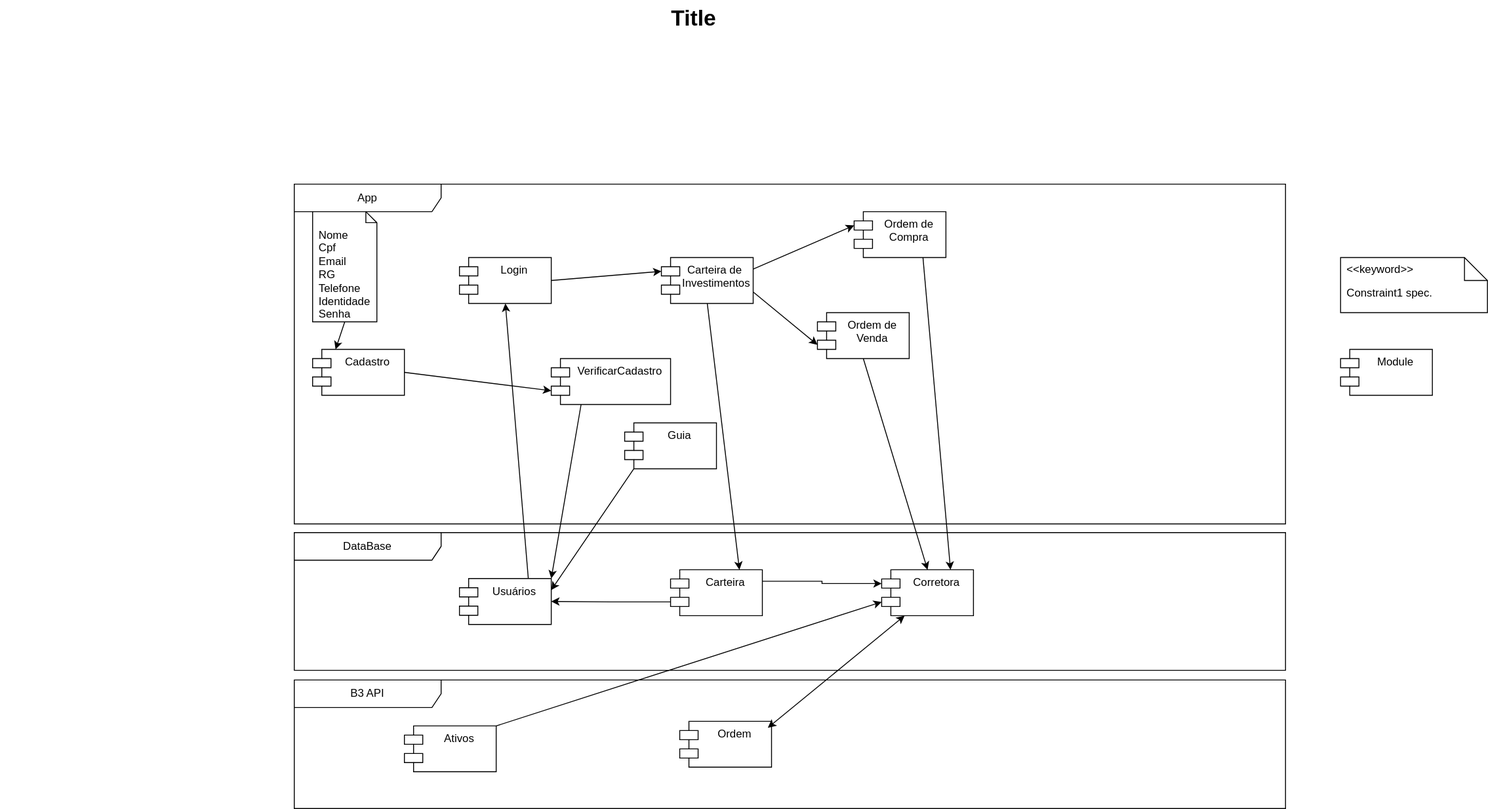
JesCat16/Projeto01_Modelagem_De_Software keeps this draw.io diagram as DiagramaComponetes.svg. Above is the earlier version. Source tidied: cells renumbered, new cells last; positions are measured from the earlier drawing's top-left corner, leaving out a move shared by most shapes.
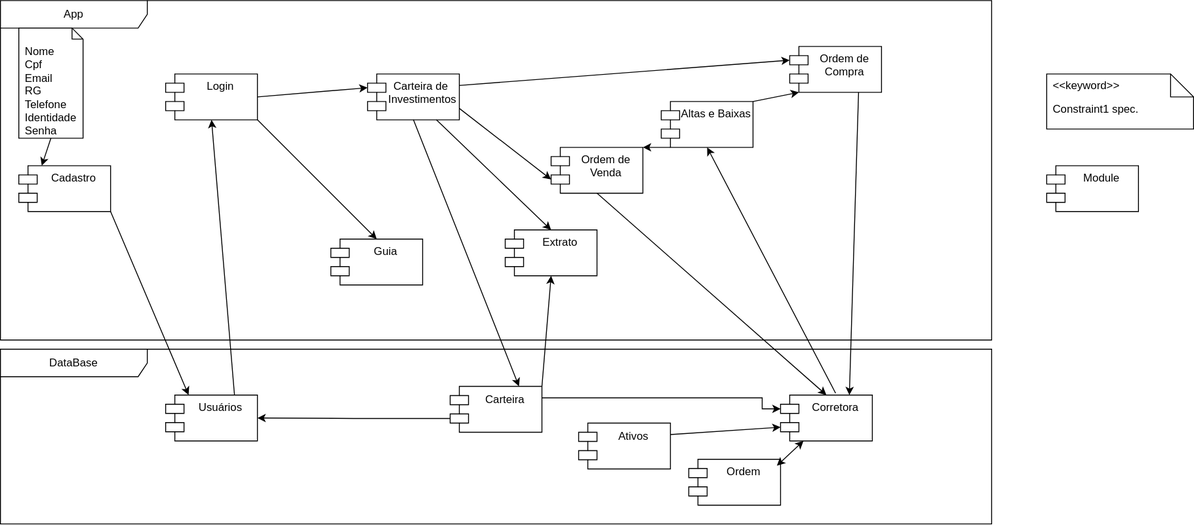
After the change.

Diff of the diagram source:
```diff
@@ -2,11 +2,8 @@
   <root>
     <mxCell id="0" style="html=1;" />
     <mxCell id="1" style="html=1;" parent="0" />
-    <mxCell id="2" value="Title" style="text;strokeColor=none;fillColor=none;html=1;fontSize=24;fontStyle=1;verticalAlign=middle;align=center;" parent="1" vertex="1">
-      <mxGeometry width="1510" height="40" as="geometry" />
-    </mxCell>
     <mxCell id="3" value="DataBase" style="shape=umlFrame;whiteSpace=wrap;html=1;width=160;" parent="1" vertex="1">
-      <mxGeometry x="320" y="579.5" width="1080" height="150" as="geometry" />
+      <mxGeometry x="320" y="580" width="1080" height="190.5" as="geometry" />
     </mxCell>
     <mxCell id="4" value="Usuários" style="shape=module;align=left;spacingLeft=20;align=center;verticalAlign=top;whiteSpace=wrap;html=1;" parent="3" vertex="1">
       <mxGeometry x="180" y="50" width="100" height="50" as="geometry" />
@@ -15,17 +12,36 @@
       <mxGeometry relative="1" as="geometry" />
     </mxCell>
     <mxCell id="6" value="Carteira" style="shape=module;align=left;spacingLeft=20;align=center;verticalAlign=top;whiteSpace=wrap;html=1;" parent="3" vertex="1">
-      <mxGeometry x="410" y="40.5" width="100" height="50" as="geometry" />
+      <mxGeometry x="490" y="40.5" width="100" height="50" as="geometry" />
     </mxCell>
     <mxCell id="7" value="Corretora" style="shape=module;align=left;spacingLeft=20;align=center;verticalAlign=top;whiteSpace=wrap;html=1;" parent="3" vertex="1">
-      <mxGeometry x="640" y="40.5" width="100" height="50" as="geometry" />
+      <mxGeometry x="850" y="50" width="100" height="50" as="geometry" />
     </mxCell>
     <mxCell id="8" style="edgeStyle=orthogonalEdgeStyle;rounded=0;jettySize=auto;html=1;exitX=1;exitY=0.25;exitDx=0;exitDy=0;entryX=0;entryY=0;entryDx=0;entryDy=15;entryPerimeter=0;" parent="3" edge="1" source="6" target="7">
-      <mxGeometry relative="1" as="geometry" />
+      <mxGeometry relative="1" as="geometry">
+        <Array as="points">
+          <mxPoint x="830" y="53" />
+        </Array>
+      </mxGeometry>
     </mxCell>
+    <mxCell id="24" value="Ativos" style="shape=module;align=left;spacingLeft=20;align=center;verticalAlign=top;whiteSpace=wrap;html=1;" parent="3" vertex="1">
+      <mxGeometry x="630" y="80.5" width="100" height="50" as="geometry" />
+    </mxCell>
+    <mxCell id="32" style="rounded=0;jettySize=auto;html=1;exitX=1;exitY=0.25;exitDx=0;exitDy=0;entryX=0;entryY=0;entryDx=0;entryDy=35;entryPerimeter=0;" parent="3" edge="1" source="24" target="7">
+      <mxGeometry relative="1" as="geometry" />
+    </mxCell>
+    <mxCell id="25" value="Ordem" style="shape=module;align=left;spacingLeft=20;align=center;verticalAlign=top;whiteSpace=wrap;html=1;" parent="3" vertex="1">
+      <mxGeometry x="750" y="120" width="100" height="50" as="geometry" />
+    </mxCell>
+    <mxCell id="33" style="rounded=0;jettySize=auto;html=1;exitX=0.25;exitY=1;exitDx=0;exitDy=0;entryX=0.96;entryY=0.14;entryDx=0;entryDy=0;entryPerimeter=0;startArrow=classic;startFill=1;" parent="3" edge="1" source="7" target="25">
+      <mxGeometry relative="1" as="geometry" />
+    </mxCell>
     <mxCell id="9" value="App" style="shape=umlFrame;whiteSpace=wrap;html=1;width=160;" parent="1" vertex="1">
       <mxGeometry x="320" y="200" width="1080" height="370" as="geometry" />
     </mxCell>
+    <mxCell id="37" style="rounded=0;jettySize=auto;html=1;exitX=1;exitY=1;exitDx=0;exitDy=0;entryX=0.5;entryY=0;entryDx=0;entryDy=0;" parent="9" edge="1" source="10" target="14">
+      <mxGeometry relative="1" as="geometry" />
+    </mxCell>
     <mxCell id="10" value="Login" style="shape=module;align=left;spacingLeft=20;align=center;verticalAlign=top;whiteSpace=wrap;html=1;" parent="9" vertex="1">
       <mxGeometry x="180" y="80" width="100" height="50" as="geometry" />
     </mxCell>
@@ -41,12 +57,9 @@
     <mxCell id="14" value="Guia" style="shape=module;align=left;spacingLeft=20;align=center;verticalAlign=top;whiteSpace=wrap;html=1;" parent="9" vertex="1">
       <mxGeometry x="360" y="260" width="100" height="50" as="geometry" />
     </mxCell>
-    <mxCell id="15" value="VerificarCadastro" style="shape=module;align=left;spacingLeft=20;align=center;verticalAlign=top;whiteSpace=wrap;html=1;" parent="9" vertex="1">
-      <mxGeometry x="280" y="190" width="130" height="50" as="geometry" />
-    </mxCell>
-    <mxCell id="16" style="rounded=0;jettySize=auto;html=1;exitX=1;exitY=0.5;exitDx=0;exitDy=0;entryX=0;entryY=0;entryDx=0;entryDy=35;entryPerimeter=0;" parent="9" edge="1" source="11" target="15">
-      <mxGeometry relative="1" as="geometry" />
-    </mxCell>
+    <mxCell id="38" style="rounded=0;jettySize=auto;html=1;exitX=0.75;exitY=1;exitDx=0;exitDy=0;entryX=0.5;entryY=0;entryDx=0;entryDy=0;" parent="9" edge="1" source="17" target="42">
+      <mxGeometry relative="1" as="geometry" />
+    </mxCell>
     <mxCell id="17" value="Carteira de&amp;nbsp;&lt;div&gt;Investimentos&lt;/div&gt;" style="shape=module;align=left;spacingLeft=20;align=center;verticalAlign=top;whiteSpace=wrap;html=1;" parent="9" vertex="1">
       <mxGeometry x="400" y="80" width="100" height="50" as="geometry" />
     </mxCell>
@@ -54,10 +67,10 @@
       <mxGeometry relative="1" as="geometry" />
     </mxCell>
     <mxCell id="19" value="Ordem de Compra&lt;span style=&quot;color: rgba(0, 0, 0, 0); font-family: monospace; font-size: 0px; text-align: start; text-wrap-mode: nowrap;&quot;&gt;%3CmxGraphModel%3E%3Croot%3E%3CmxCell%20id%3D%220%22%2F%3E%3CmxCell%20id%3D%221%22%20parent%3D%220%22%2F%3E%3CmxCell%20id%3D%222%22%20value%3D%22Module%22%20style%3D%22shape%3Dmodule%3Balign%3Dleft%3BspacingLeft%3D20%3Balign%3Dcenter%3BverticalAlign%3Dtop%3BwhiteSpace%3Dwrap%3Bhtml%3D1%3B%22%20vertex%3D%221%22%20parent%3D%221%22%3E%3CmxGeometry%20x%3D%221580%22%20y%3D%22420%22%20width%3D%22100%22%20height%3D%2250%22%20as%3D%22geometry%22%2F%3E%3C%2FmxCell%3E%3C%2Froot%3E%3C%2FmxGraphModel%3E&lt;/span&gt;" style="shape=module;align=left;spacingLeft=20;align=center;verticalAlign=top;whiteSpace=wrap;html=1;" parent="9" vertex="1">
-      <mxGeometry x="610" y="30" width="100" height="50" as="geometry" />
+      <mxGeometry x="860" y="50" width="100" height="50" as="geometry" />
     </mxCell>
     <mxCell id="20" value="Ordem de Venda&lt;span style=&quot;color: rgba(0, 0, 0, 0); font-family: monospace; font-size: 0px; text-align: start; text-wrap-mode: nowrap;&quot;&gt;%3CmxGraphModel%3E%3Croot%3E%3CmxCell%20id%3D%220%22%2F%3E%3CmxCell%20id%3D%221%22%20parent%3D%220%22%2F%3E%3CmxCell%20id%3D%222%22%20value%3D%22Module%22%20style%3D%22shape%3Dmodule%3Balign%3Dleft%3BspacingLeft%3D20%3Balign%3Dcenter%3BverticalAlign%3Dtop%3BwhiteSpace%3Dwrap%3Bhtml%3D1%3B%22%20vertex%3D%221%22%20parent%3D%221%22%3E%3CmxGeometry%20x%3D%221580%22%20y%3D%22420%22%20width%3D%22100%22%20height%3D%2250%22%20as%3D%22geometry%22%2F%3E%3C%2FmxCell%3E%3C%2Froot%3E%3C%2FmxGraphModel%3E&lt;/span&gt;" style="shape=module;align=left;spacingLeft=20;align=center;verticalAlign=top;whiteSpace=wrap;html=1;" parent="9" vertex="1">
-      <mxGeometry x="570" y="140" width="100" height="50" as="geometry" />
+      <mxGeometry x="600" y="160" width="100" height="50" as="geometry" />
     </mxCell>
     <mxCell id="21" style="rounded=0;jettySize=auto;html=1;exitX=1;exitY=0.25;exitDx=0;exitDy=0;entryX=0;entryY=0;entryDx=0;entryDy=15;entryPerimeter=0;" parent="9" edge="1" source="17" target="19">
       <mxGeometry relative="1" as="geometry" />
@@ -65,15 +78,18 @@
     <mxCell id="22" style="rounded=0;jettySize=auto;html=1;exitX=1;exitY=0.75;exitDx=0;exitDy=0;entryX=0;entryY=0;entryDx=0;entryDy=35;entryPerimeter=0;" parent="9" edge="1" source="17" target="20">
       <mxGeometry relative="1" as="geometry" />
     </mxCell>
-    <mxCell id="23" value="B3 API" style="shape=umlFrame;whiteSpace=wrap;html=1;width=160;" parent="1" vertex="1">
-      <mxGeometry x="320" y="740" width="1080" height="140" as="geometry" />
-    </mxCell>
-    <mxCell id="24" value="Ativos" style="shape=module;align=left;spacingLeft=20;align=center;verticalAlign=top;whiteSpace=wrap;html=1;" parent="23" vertex="1">
-      <mxGeometry x="120" y="50" width="100" height="50" as="geometry" />
-    </mxCell>
-    <mxCell id="25" value="Ordem" style="shape=module;align=left;spacingLeft=20;align=center;verticalAlign=top;whiteSpace=wrap;html=1;" parent="23" vertex="1">
-      <mxGeometry x="420" y="45" width="100" height="50" as="geometry" />
-    </mxCell>
+    <mxCell id="39" style="rounded=0;jettySize=auto;html=1;exitX=0;exitY=1;exitDx=10;exitDy=0;exitPerimeter=0;entryX=1;entryY=0;entryDx=0;entryDy=0;" parent="9" edge="1" source="40" target="20">
+      <mxGeometry relative="1" as="geometry" />
+    </mxCell>
+    <mxCell id="40" value="Altas e Baixas" style="shape=module;align=left;spacingLeft=20;align=center;verticalAlign=top;whiteSpace=wrap;html=1;" parent="9" vertex="1">
+      <mxGeometry x="720" y="110" width="100" height="50" as="geometry" />
+    </mxCell>
+    <mxCell id="41" style="rounded=0;jettySize=auto;html=1;exitX=1;exitY=0;exitDx=0;exitDy=0;entryX=0;entryY=1;entryDx=10;entryDy=0;entryPerimeter=0;" parent="9" edge="1" source="40" target="19">
+      <mxGeometry relative="1" as="geometry" />
+    </mxCell>
+    <mxCell id="42" value="Extrato" style="shape=module;align=left;spacingLeft=20;align=center;verticalAlign=top;whiteSpace=wrap;html=1;" parent="9" vertex="1">
+      <mxGeometry x="550" y="250" width="100" height="50" as="geometry" />
+    </mxCell>
     <mxCell id="26" value="Constraint1 spec." style="shape=note2;boundedLbl=1;whiteSpace=wrap;html=1;size=25;verticalAlign=top;align=left;spacingLeft=5;whiteSpace=wrap;" parent="1" vertex="1">
       <mxGeometry x="1460" y="280" width="160" height="60" as="geometry" />
     </mxCell>
@@ -86,18 +102,6 @@
     <mxCell id="29" style="rounded=0;jettySize=auto;html=1;exitX=0.75;exitY=0;exitDx=0;exitDy=0;entryX=0.5;entryY=1;entryDx=0;entryDy=0;" parent="1" edge="1" source="4" target="10">
       <mxGeometry relative="1" as="geometry" />
     </mxCell>
-    <mxCell id="30" style="rounded=0;jettySize=auto;html=1;exitX=0.25;exitY=1;exitDx=0;exitDy=0;entryX=1;entryY=0;entryDx=0;entryDy=0;" parent="1" edge="1" source="15" target="4">
-      <mxGeometry relative="1" as="geometry" />
-    </mxCell>
-    <mxCell id="31" style="rounded=0;jettySize=auto;html=1;exitX=0;exitY=1;exitDx=10;exitDy=0;exitPerimeter=0;entryX=1;entryY=0.25;entryDx=0;entryDy=0;" parent="1" edge="1" source="14" target="4">
-      <mxGeometry relative="1" as="geometry" />
-    </mxCell>
-    <mxCell id="32" style="rounded=0;jettySize=auto;html=1;exitX=1;exitY=0;exitDx=0;exitDy=0;entryX=0;entryY=0;entryDx=0;entryDy=35;entryPerimeter=0;" parent="1" edge="1" source="24" target="7">
-      <mxGeometry relative="1" as="geometry" />
-    </mxCell>
-    <mxCell id="33" style="rounded=0;jettySize=auto;html=1;exitX=0.25;exitY=1;exitDx=0;exitDy=0;entryX=0.96;entryY=0.14;entryDx=0;entryDy=0;entryPerimeter=0;startArrow=classic;startFill=1;" parent="1" edge="1" source="7" target="25">
-      <mxGeometry relative="1" as="geometry" />
-    </mxCell>
     <mxCell id="34" style="rounded=0;jettySize=auto;html=1;exitX=0.5;exitY=1;exitDx=0;exitDy=0;entryX=0.75;entryY=0;entryDx=0;entryDy=0;" parent="1" edge="1" source="17" target="6">
       <mxGeometry relative="1" as="geometry" />
     </mxCell>
@@ -107,5 +111,14 @@
     <mxCell id="36" style="rounded=0;jettySize=auto;html=1;exitX=0.5;exitY=1;exitDx=0;exitDy=0;entryX=0.5;entryY=0;entryDx=0;entryDy=0;" parent="1" edge="1" source="20" target="7">
       <mxGeometry relative="1" as="geometry" />
     </mxCell>
+    <mxCell id="43" style="rounded=0;jettySize=auto;html=1;exitX=0.6;exitY=-0.04;exitDx=0;exitDy=0;entryX=0.5;entryY=1;entryDx=0;entryDy=0;exitPerimeter=0;" parent="1" edge="1" source="7" target="40">
+      <mxGeometry relative="1" as="geometry" />
+    </mxCell>
+    <mxCell id="44" style="rounded=0;jettySize=auto;html=1;exitX=1;exitY=0;exitDx=0;exitDy=0;entryX=0.5;entryY=1;entryDx=0;entryDy=0;" parent="1" edge="1" source="6" target="42">
+      <mxGeometry relative="1" as="geometry" />
+    </mxCell>
+    <mxCell id="45" style="rounded=0;jettySize=auto;html=1;exitX=1;exitY=1;exitDx=0;exitDy=0;entryX=0.25;entryY=0;entryDx=0;entryDy=0;" parent="1" edge="1" source="11" target="4">
+      <mxGeometry relative="1" as="geometry" />
+    </mxCell>
   </root>
 </mxGraphModel>
```
